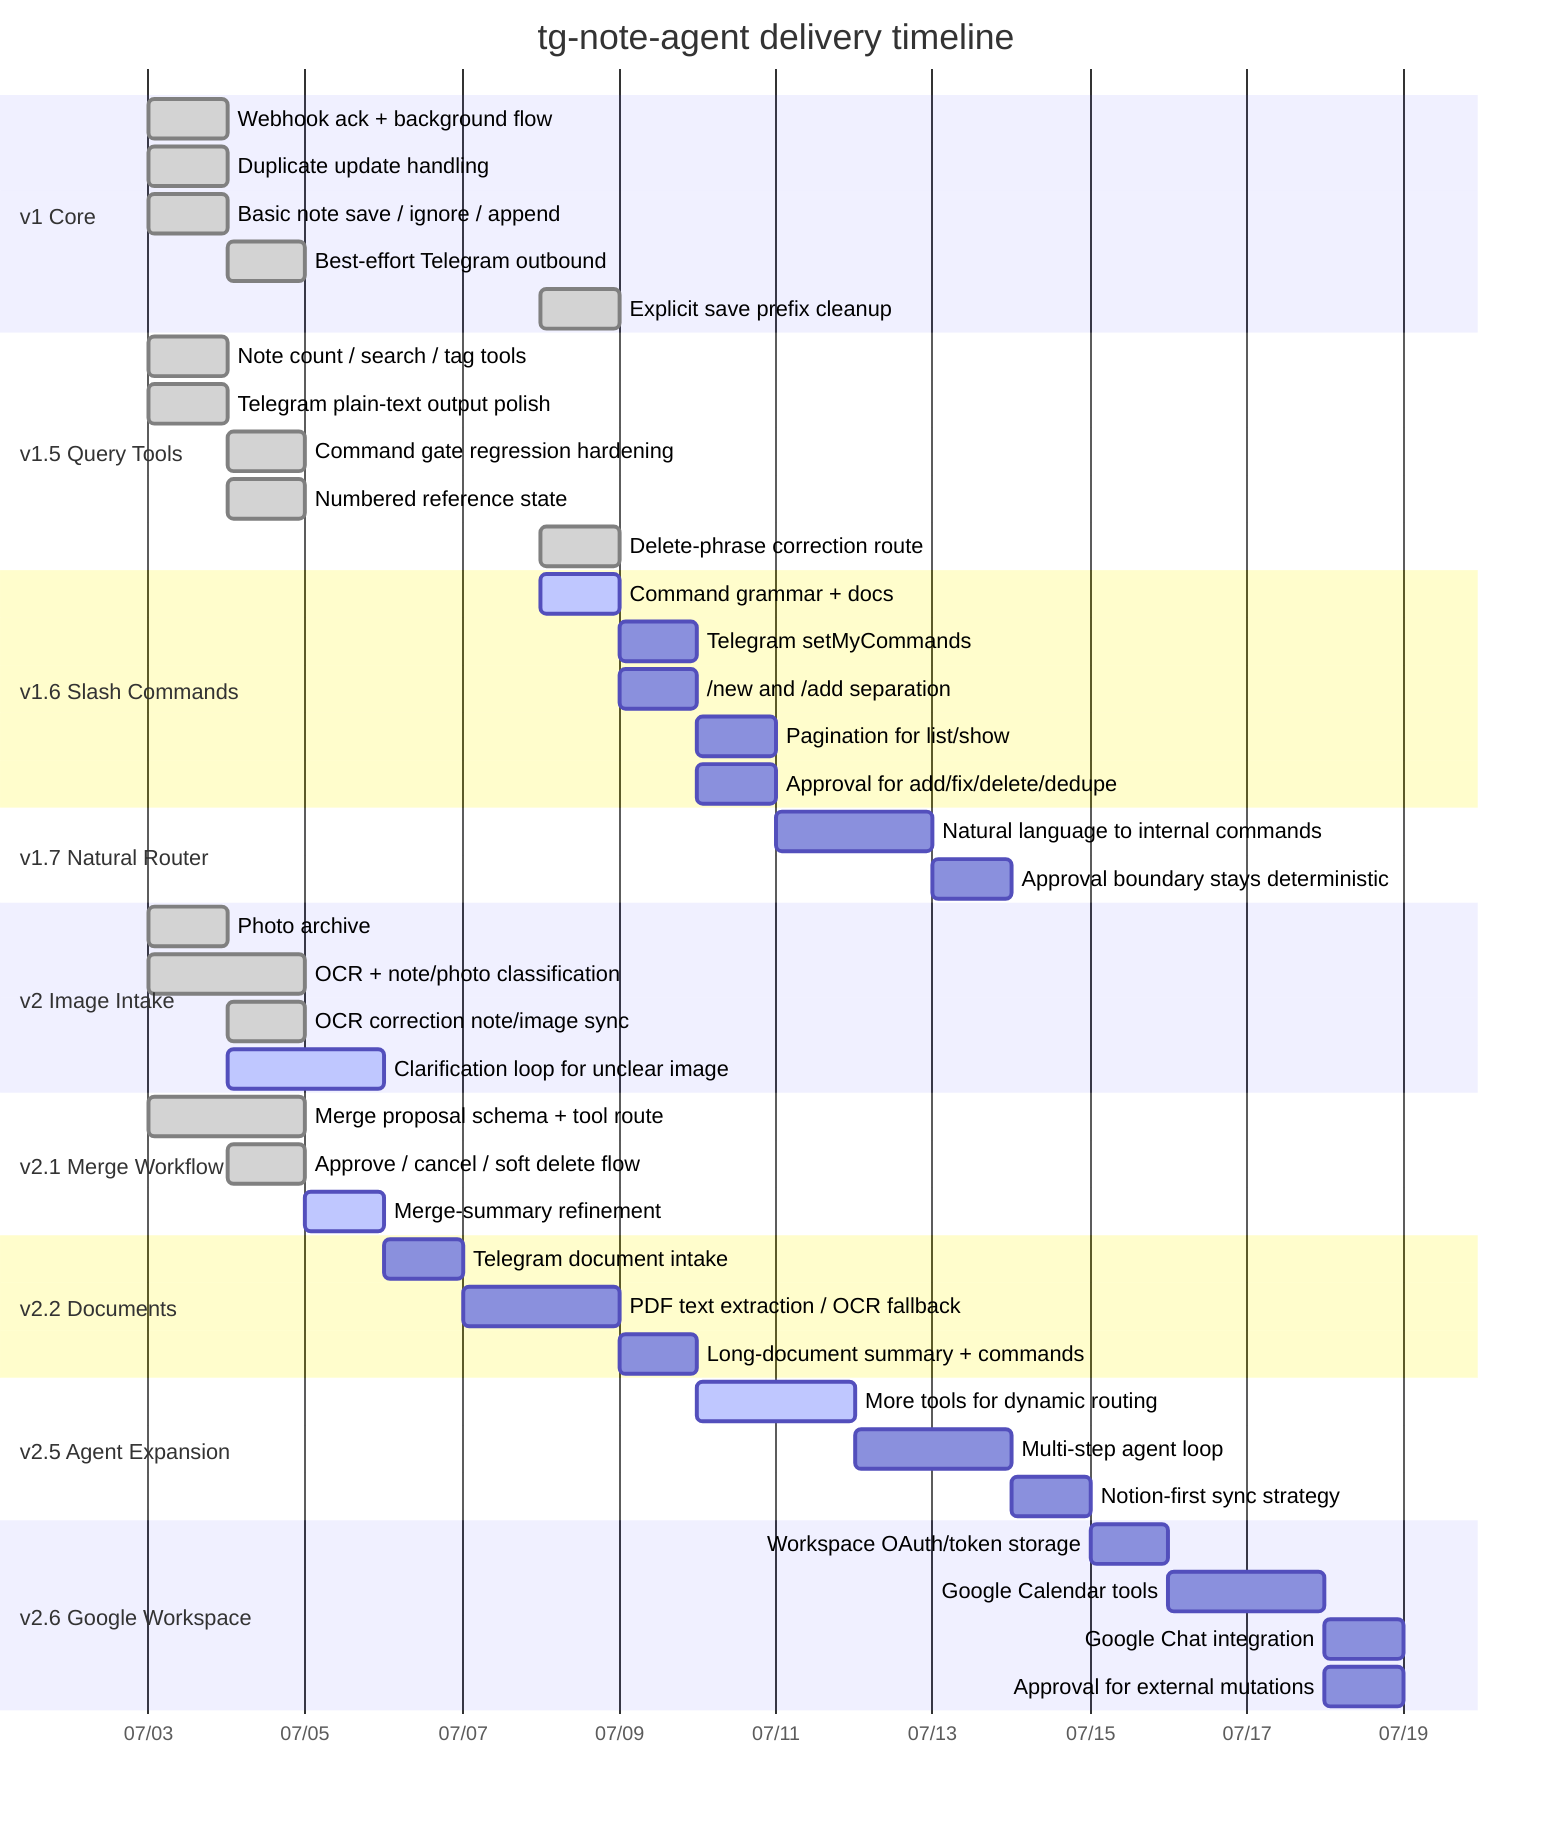
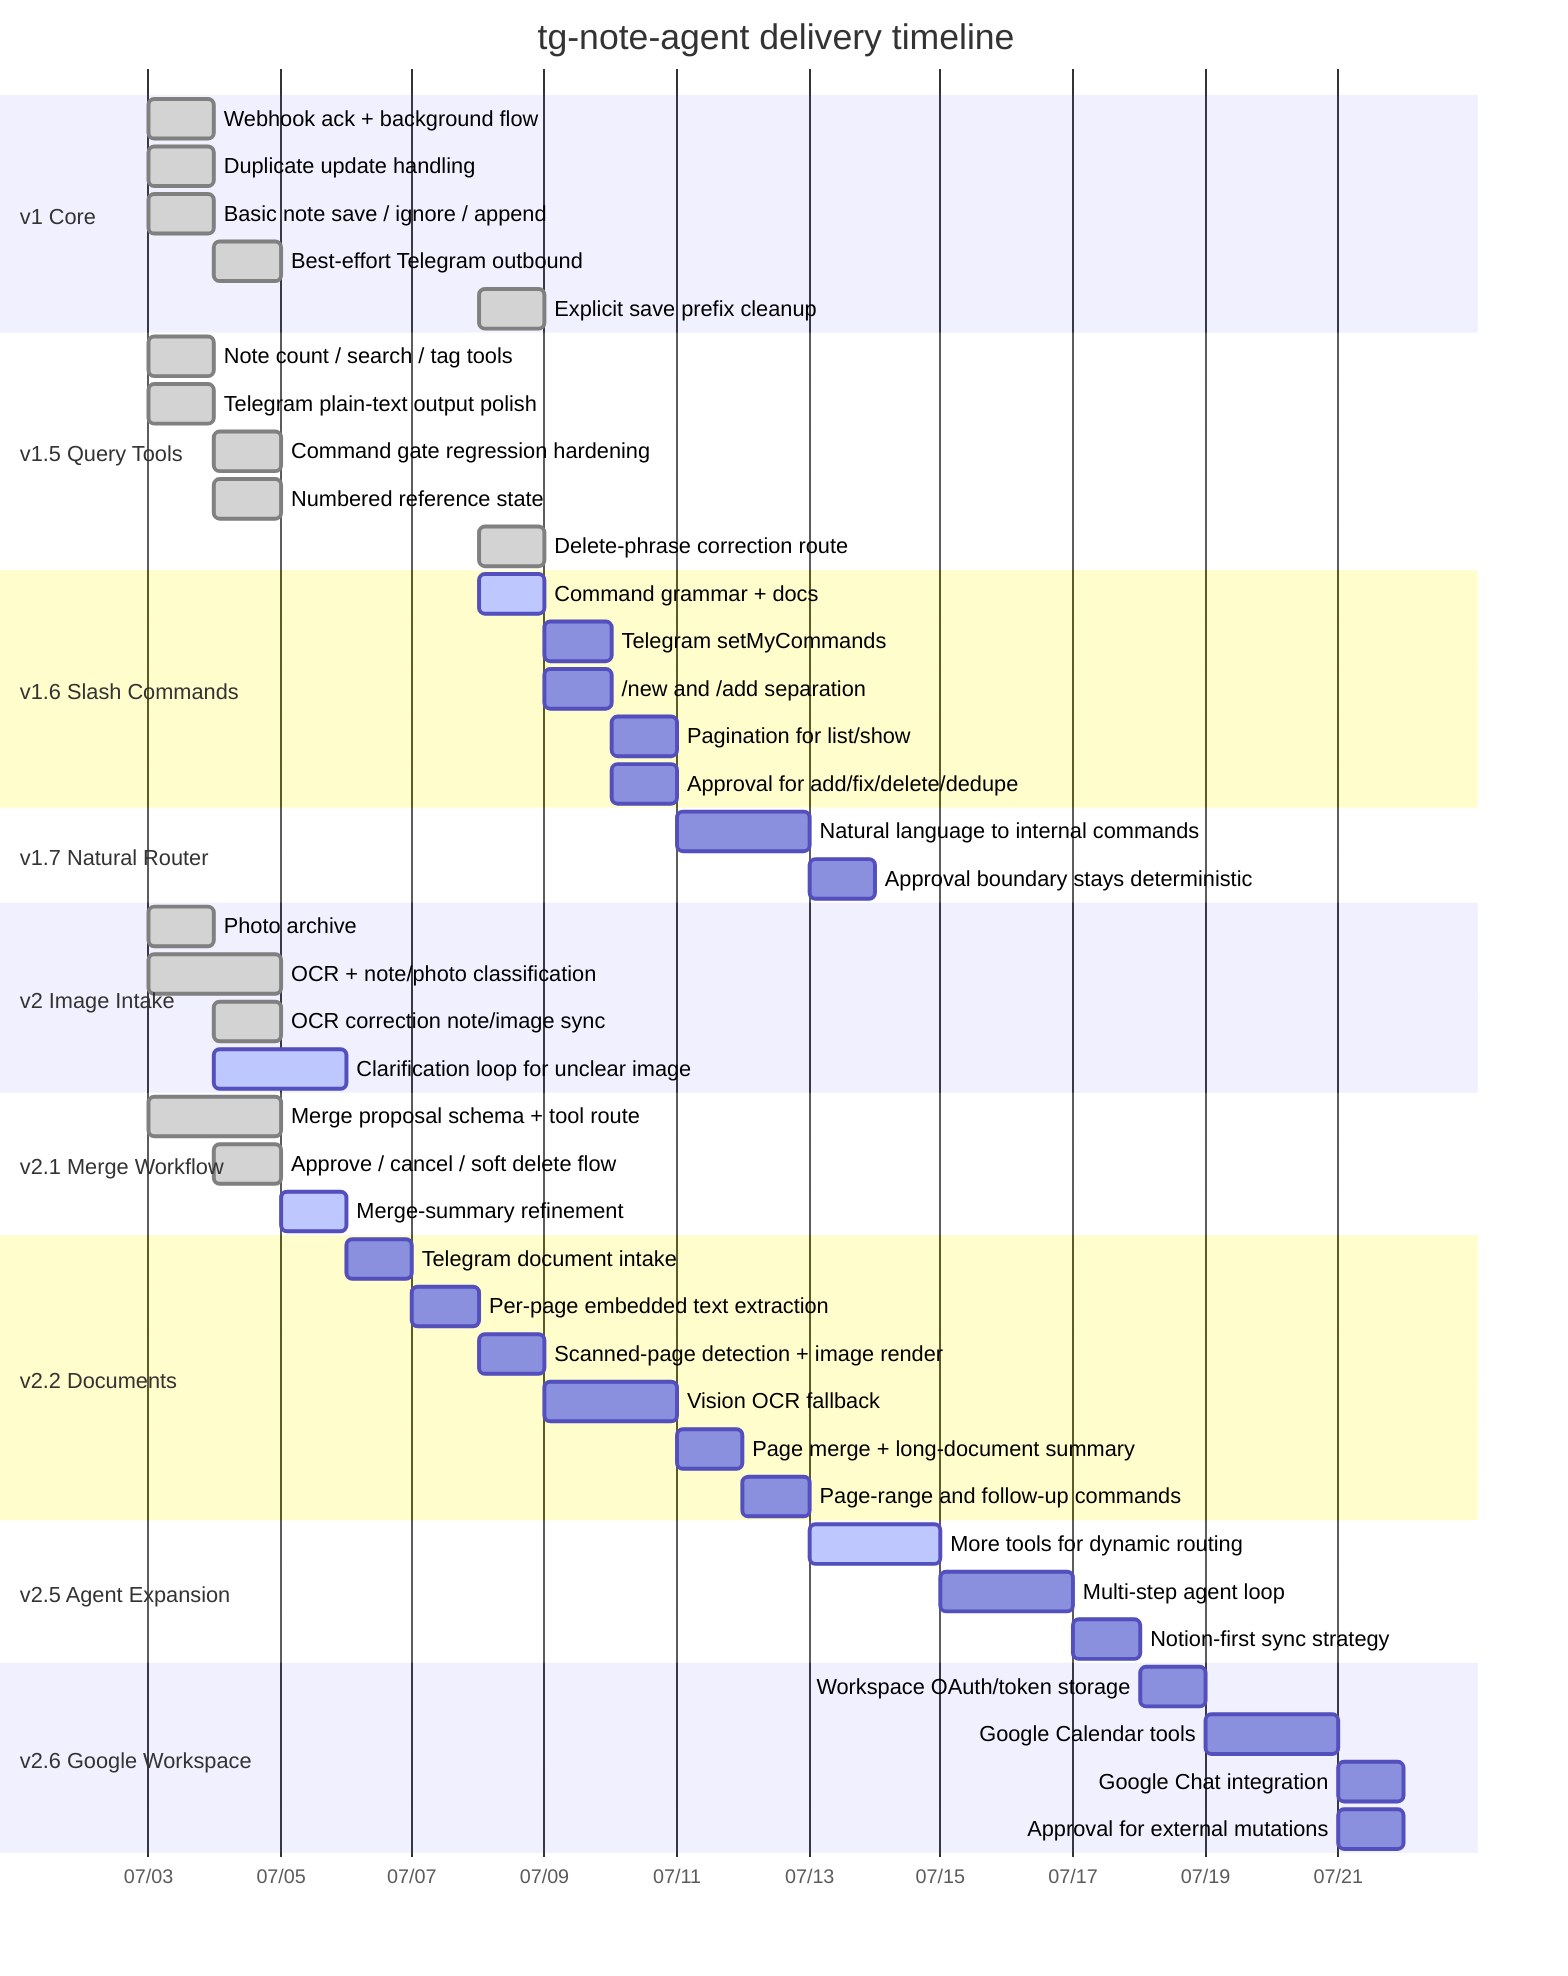
gantt
    title tg-note-agent delivery timeline
    dateFormat  YYYY-MM-DD
    axisFormat  %m/%d

    section v1 Core
    Webhook ack + background flow       :done, v1a, 2026-07-03, 1d
    Duplicate update handling           :done, v1b, 2026-07-03, 1d
    Basic note save / ignore / append   :done, v1c, 2026-07-03, 1d
    Best-effort Telegram outbound        :done, v1d, 2026-07-04, 1d
    Explicit save prefix cleanup         :done, v1e, 2026-07-08, 1d

    section v1.5 Query Tools
    Note count / search / tag tools     :done, v15a, 2026-07-03, 1d
    Telegram plain-text output polish   :done, v15b, 2026-07-03, 1d
    Command gate regression hardening    :done, v15c, 2026-07-04, 1d
    Numbered reference state             :done, v15d, 2026-07-04, 1d
    Delete-phrase correction route       :done, v15e, 2026-07-08, 1d

    section v1.6 Slash Commands
    Command grammar + docs               :active, v16a, 2026-07-08, 1d
    Telegram setMyCommands               :v16b, after v16a, 1d
    /new and /add separation             :v16c, after v16a, 1d
    Pagination for list/show             :v16d, after v16b, 1d
    Approval for add/fix/delete/dedupe   :v16e, after v16c, 1d

    section v1.7 Natural Router
    Natural language to internal commands:v17a, after v16e, 2d
    Approval boundary stays deterministic:v17b, after v17a, 1d

    section v2 Image Intake
    Photo archive                       :done, v2a, 2026-07-03, 1d
    OCR + note/photo classification     :done, v2b, 2026-07-03, 2d
    OCR correction note/image sync       :done, v2c, 2026-07-04, 1d
    Clarification loop for unclear image:active, v2d, 2026-07-04, 2d

    section v2.1 Merge Workflow
    Merge proposal schema + tool route  :done, v21a, 2026-07-03, 2d
    Approve / cancel / soft delete flow :done, v21b, 2026-07-04, 1d
    Merge-summary refinement            :active, v21c, 2026-07-05, 1d

    section v2.2 Documents
    Telegram document intake             :v22a, after v21c, 1d
-     PDF text extraction / OCR fallback   :v22b, after v22a, 2d
-     Long-document summary + commands     :v22c, after v22b, 1d
+     Per-page embedded text extraction    :v22b, after v22a, 1d
+     Scanned-page detection + image render:v22c, after v22b, 1d
+     Vision OCR fallback                  :v22d, after v22c, 2d
+     Page merge + long-document summary   :v22e, after v22d, 1d
+     Page-range and follow-up commands    :v22f, after v22e, 1d

    section v2.5 Agent Expansion
-     More tools for dynamic routing      :active, v25a, after v22c, 2d
+     More tools for dynamic routing      :active, v25a, after v22f, 2d
    Multi-step agent loop               :v25b, after v25a, 2d
    Notion-first sync strategy          :v25c, after v25b, 1d

    section v2.6 Google Workspace
    Workspace OAuth/token storage       :v26a, after v25c, 1d
    Google Calendar tools               :v26b, after v26a, 2d
    Google Chat integration             :v26c, after v26b, 1d
    Approval for external mutations     :v26d, after v26b, 1d
